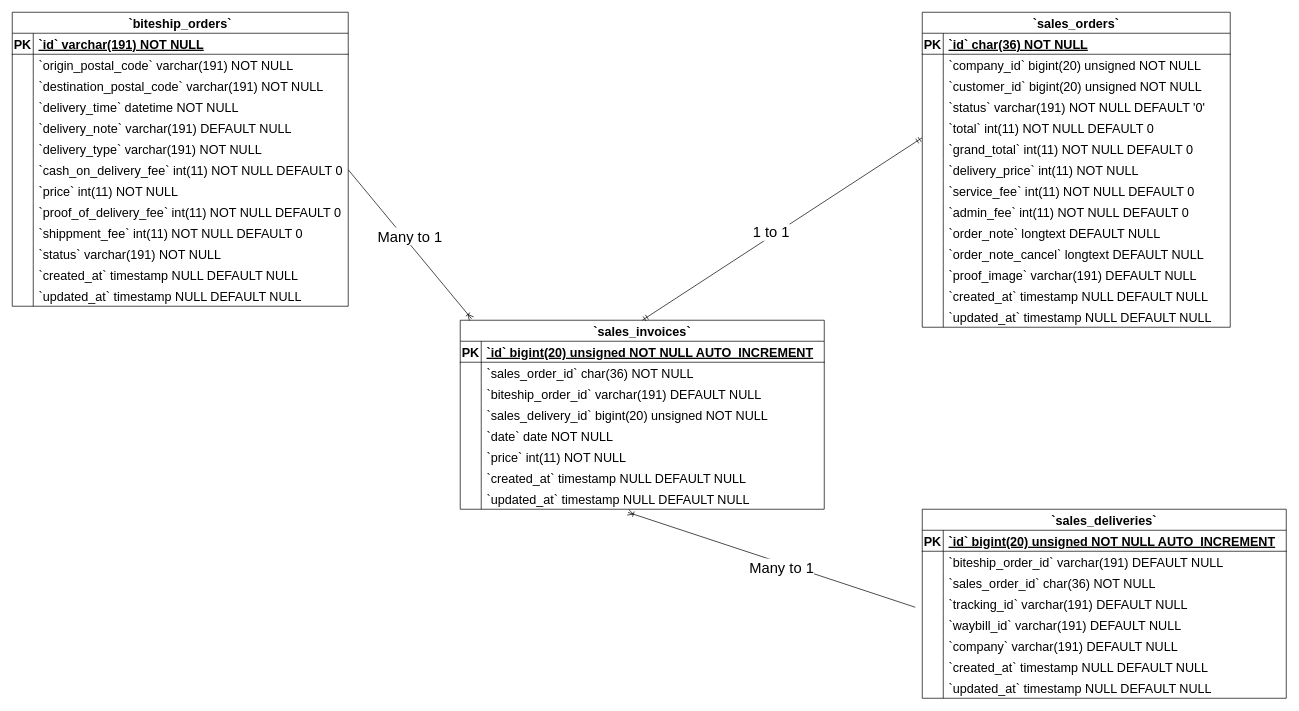
Before: Sales Invoices ERD Diagram.drawio in Simasco/diagram, a draw.io diagram. Source tidied: cells renumbered, new cells numbered last; positions are measured from the earlier drawing's top-left corner, leaving out a move shared by most shapes. Both pictures are drawn from the tidied source at 70%, with x=0, y=0 at pixel (12, 12).
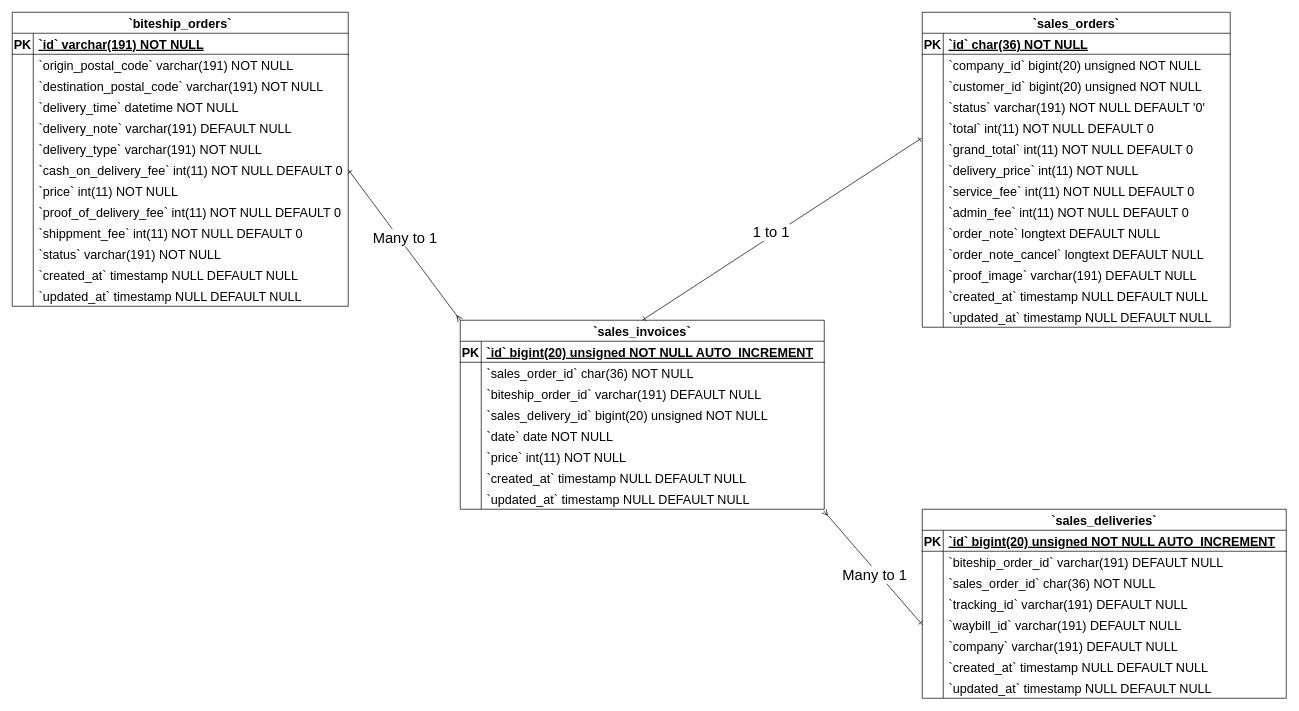
Above is the later version.

The change refers to these unchanged cells:
```xml
<mxCell id="21" style="shape=tableRow;horizontal=0;startSize=0;swimlaneHead=0;swimlaneBody=0;fillColor=none;points=[[0,0.5],[1,0.5]];portConstraint=eastwest;strokeColor=inherit;top=0;left=0;right=0;bottom=0;fontSize=18;" parent="2" vertex="1">
  <mxGeometry y="210" width="480" height="30" as="geometry" />
</mxCell>
<mxCell id="42" value="`sales_invoices`" style="shape=table;startSize=30;childLayout=tableLayout;rowLines=0;fontStyle=1;align=center;fontSize=18;" parent="1" vertex="1">
  <mxGeometry x="640" y="440" width="520" height="270" as="geometry" />
</mxCell>
<mxCell id="64" style="shape=tableRow;horizontal=0;startSize=0;swimlaneHead=0;swimlaneBody=0;fillColor=none;points=[[0,0.5],[1,0.5]];portConstraint=eastwest;strokeColor=inherit;top=0;left=0;right=0;bottom=0;fontSize=18;" parent="42" vertex="1">
  <mxGeometry y="240" width="520" height="30" as="geometry" />
</mxCell>
<mxCell id="80" style="shape=tableRow;horizontal=0;startSize=0;swimlaneHead=0;swimlaneBody=0;fillColor=none;points=[[0,0.5],[1,0.5]];portConstraint=eastwest;strokeColor=inherit;top=0;left=0;right=0;bottom=0;fontSize=18;" parent="67" vertex="1">
  <mxGeometry y="150" width="520" height="30" as="geometry" />
</mxCell>
<mxCell id="108" style="shape=tableRow;horizontal=0;startSize=0;swimlaneHead=0;swimlaneBody=0;fillColor=none;points=[[0,0.5],[1,0.5]];portConstraint=eastwest;strokeColor=inherit;top=0;left=0;right=0;bottom=0;fontSize=18;" parent="92" vertex="1">
  <mxGeometry y="180" width="440" height="30" as="geometry" />
</mxCell>
```

Diff of the diagram source:
```diff
@@
-    <mxCell id="135" style="fontSize=12;html=1;endArrow=ERmandOne;startArrow=ERmandOne;rounded=0;exitX=0.5;exitY=0;exitDx=0;exitDy=0;entryX=-0.001;entryY=-0.016;entryDx=0;entryDy=0;entryPerimeter=0;" parent="1" edge="1" source="42" target="108">
+    <mxCell id="135" style="fontSize=12;html=1;endArrow=ERone;startArrow=ERone;rounded=0;exitX=0.5;exitY=0;exitDx=0;exitDy=0;entryX=-0.001;entryY=-0.016;entryDx=0;entryDy=0;entryPerimeter=0;startFill=0;endFill=0;" parent="1" edge="1" source="42" target="108">
       <mxGeometry relative="1" as="geometry" />
     </mxCell>
@@
-    <mxCell id="137" style="fontSize=12;html=1;endArrow=ERoneToMany;startArrow=none;rounded=0;exitX=1;exitY=0.5;exitDx=0;exitDy=0;entryX=0.031;entryY=-0.008;entryDx=0;entryDy=0;entryPerimeter=0;startFill=0;endFill=0;" parent="1" edge="1" source="21" target="42">
+    <mxCell id="137" style="fontSize=12;html=1;endArrow=ERmany;startArrow=ERone;rounded=0;exitX=1;exitY=0.5;exitDx=0;exitDy=0;entryX=0;entryY=0;entryDx=0;entryDy=0;startFill=0;endFill=0;" parent="1" edge="1" source="21" target="42">
       <mxGeometry relative="1" as="geometry" />
     </mxCell>
@@
-    <mxCell id="139" style="fontSize=12;html=1;endArrow=ERoneToMany;startArrow=none;rounded=0;entryX=0.461;entryY=1.15;entryDx=0;entryDy=0;entryPerimeter=0;startFill=0;endFill=0;" parent="1" edge="1" target="64">
-      <mxGeometry relative="1" as="geometry">
-        <mxPoint x="1290" y="850" as="sourcePoint" />
-      </mxGeometry>
+    <mxCell id="139" style="fontSize=12;html=1;endArrow=ERmany;startArrow=ERone;rounded=0;entryX=0.999;entryY=1.087;entryDx=0;entryDy=0;entryPerimeter=0;startFill=0;endFill=0;exitX=0;exitY=0.5;exitDx=0;exitDy=0;" parent="1" edge="1" source="80" target="64">
+      <mxGeometry relative="1" as="geometry" />
     </mxCell>
```
